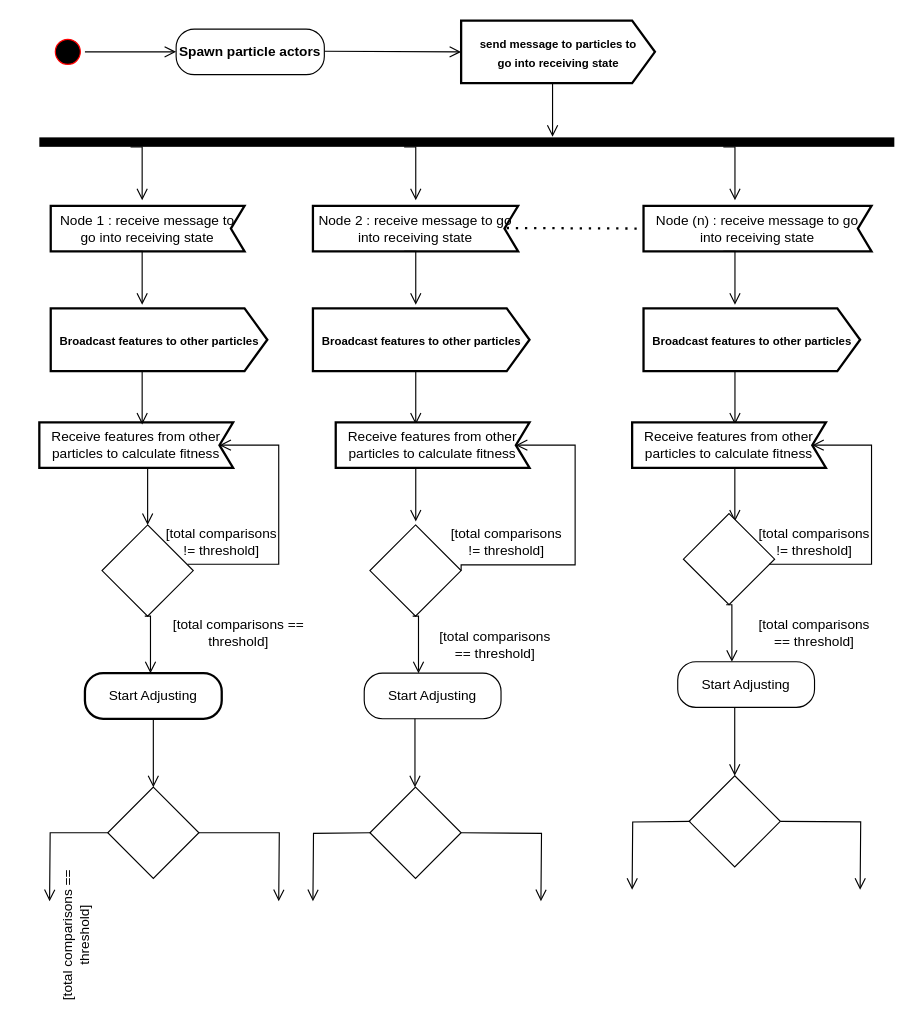
This is PSO activity Diagram.drawio from vanelopethecoder/som-basic, a draw.io file, before an edit. Source tidied: cells renumbered, new cells numbered last; positions are measured from the earlier drawing's top-left corner, leaving out a move shared by most shapes. Both pictures are drawn from the tidied source at 114%, with x=0, y=0 at pixel (5, 21).
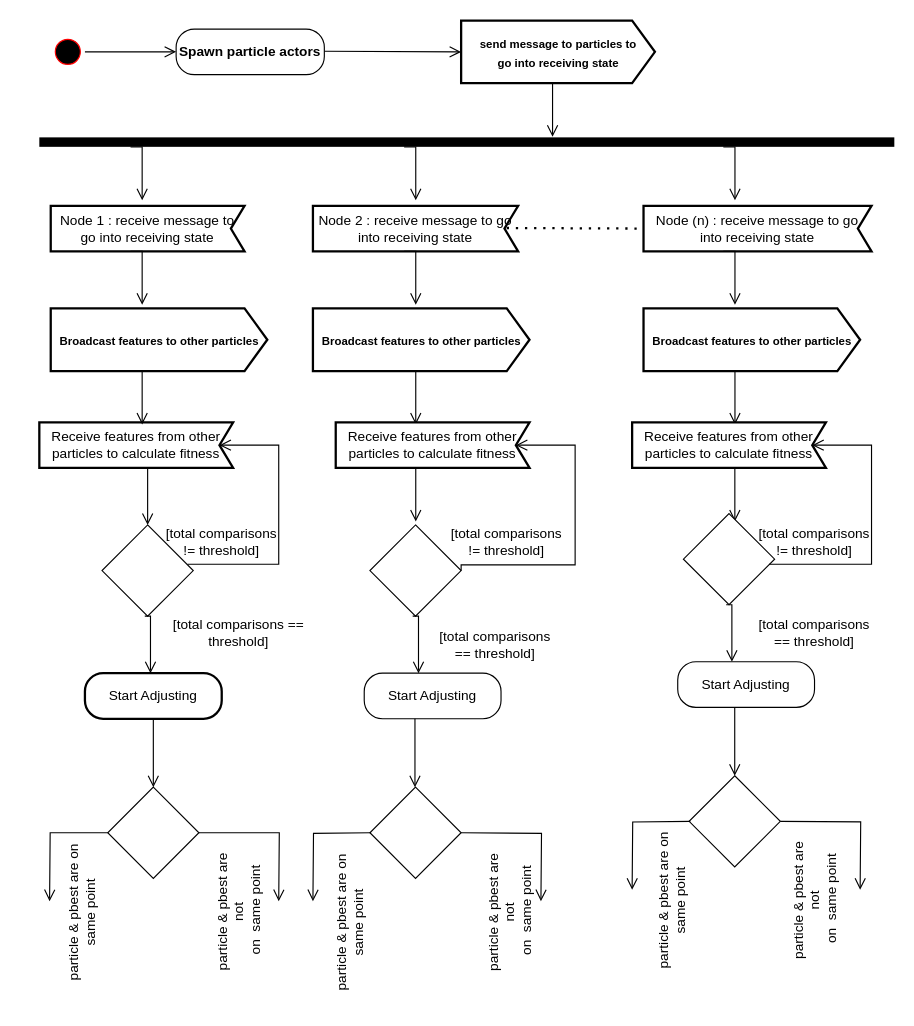
Above is the later version.

What changed in the source:
```diff
@@
-    <mxCell id="61" value="[total comparisons == threshold]" style="text;html=1;strokeColor=none;fillColor=none;align=center;verticalAlign=middle;whiteSpace=wrap;rounded=0;rotation=270;" parent="1" vertex="1">
-      <mxGeometry y="752" width="125" height="100" as="geometry" />
+    <mxCell id="61" value="particle &amp;amp; pbest are on same point" style="text;html=1;strokeColor=none;fillColor=none;align=center;verticalAlign=middle;whiteSpace=wrap;rounded=0;rotation=270;" parent="1" vertex="1">
+      <mxGeometry x="5" y="759.5" width="125" height="45" as="geometry" />
     </mxCell>
+    <mxCell id="62" value="particle &amp;amp; pbest are on same point" style="text;html=1;strokeColor=none;fillColor=none;align=center;verticalAlign=middle;whiteSpace=wrap;rounded=0;rotation=270;" parent="1" vertex="1">
+      <mxGeometry x="240" y="770.8" width="125" height="40" as="geometry" />
+    </mxCell>
+    <mxCell id="63" value="particle &amp;amp; pbest are on same point" style="text;html=1;strokeColor=none;fillColor=none;align=center;verticalAlign=middle;whiteSpace=wrap;rounded=0;rotation=270;" parent="1" vertex="1">
+      <mxGeometry x="522.5" y="754.5" width="125" height="35" as="geometry" />
+    </mxCell>
+    <mxCell id="64" value="particle &amp;amp; pbest are not&lt;br&gt;&amp;nbsp;on&amp;nbsp; same point" style="text;html=1;strokeColor=none;fillColor=none;align=center;verticalAlign=middle;whiteSpace=wrap;rounded=0;rotation=270;" parent="1" vertex="1">
+      <mxGeometry x="142.5" y="760.8" width="125" height="42.5" as="geometry" />
+    </mxCell>
+    <mxCell id="65" value="particle &amp;amp; pbest are not&lt;br&gt;&amp;nbsp;on&amp;nbsp; same point" style="text;html=1;strokeColor=none;fillColor=none;align=center;verticalAlign=middle;whiteSpace=wrap;rounded=0;rotation=270;" parent="1" vertex="1">
+      <mxGeometry x="380" y="766.4" width="125" height="31.2" as="geometry" />
+    </mxCell>
+    <mxCell id="66" value="particle &amp;amp; pbest are not&lt;br&gt;&amp;nbsp;on&amp;nbsp; same point" style="text;html=1;strokeColor=none;fillColor=none;align=center;verticalAlign=middle;whiteSpace=wrap;rounded=0;rotation=270;" parent="1" vertex="1">
+      <mxGeometry x="647.5" y="757" width="125" height="30" as="geometry" />
+    </mxCell>
```
